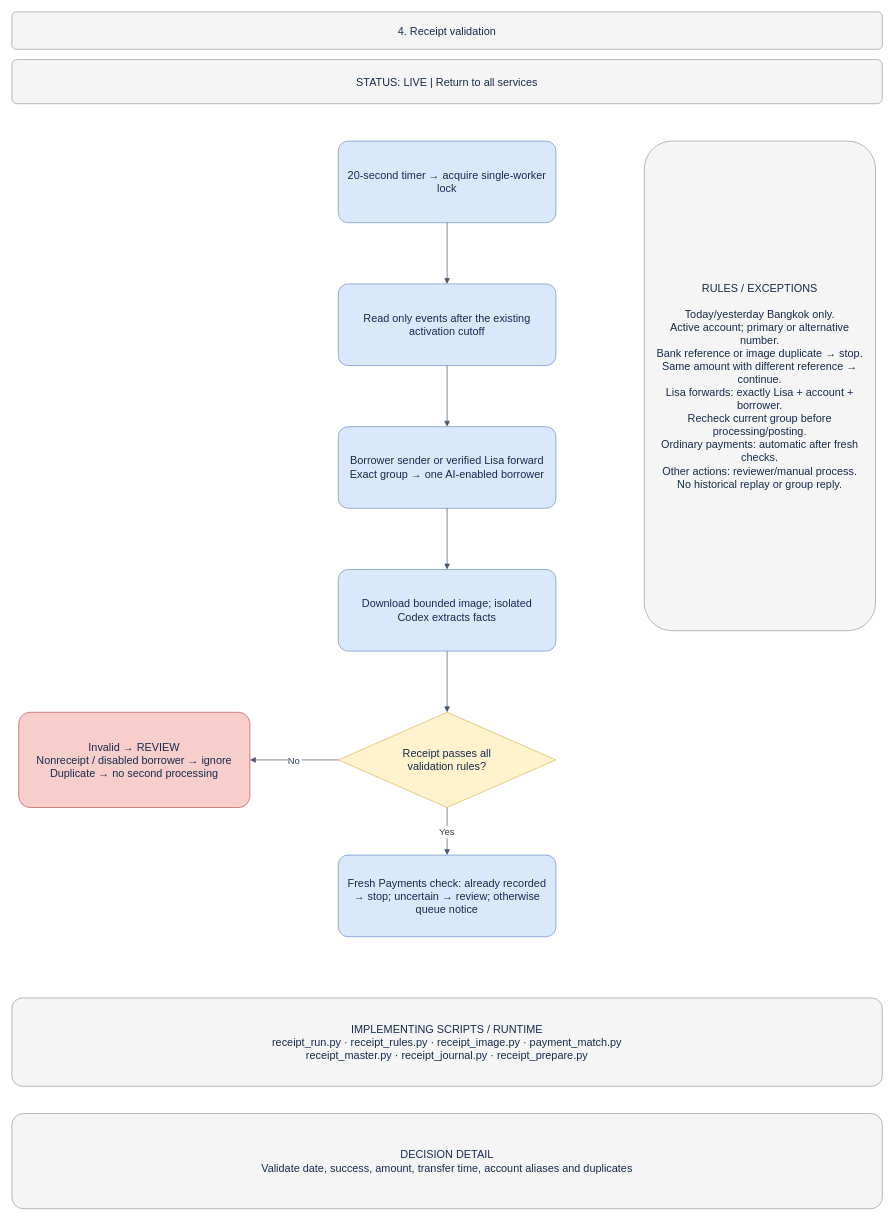
Above: page "04 · Receipt validation" (4 of 18) of docs/BUSINESS_PROCESS.drawio in welct0407/MW-Credit-App (draw.io), before the change. Source tidied: cells renumbered, new cells numbered last; positions are measured from the earlier drawing's top-left corner, leaving out a move shared by most shapes. Both pictures are drawn from the tidied source at 68%, with x=0, y=0 at pixel (12, 12).
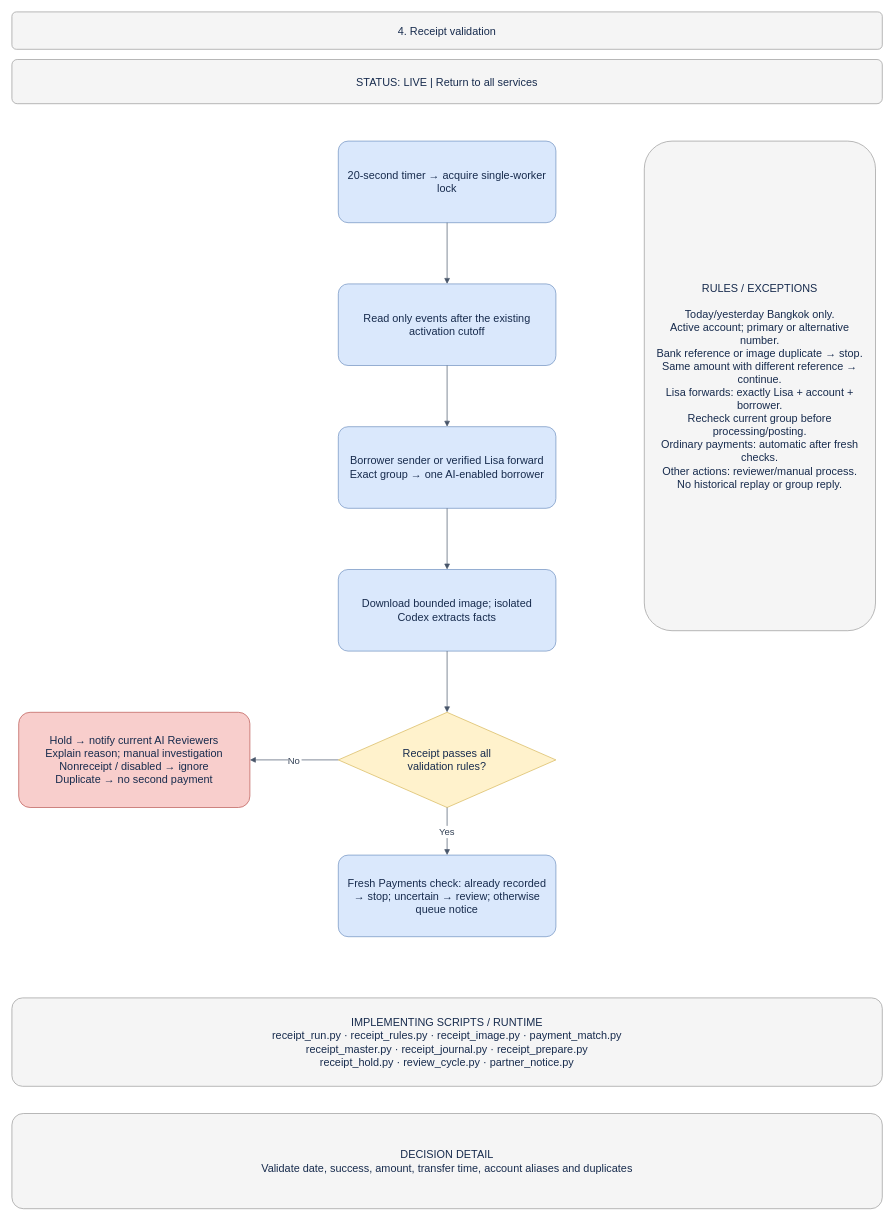
After the change.

Commit message (it also covers changes not shown here):
Notify AI reviewers when new receipts are held before proposal

What changed in the source:
```diff
@@
 <mxGraphModel>
   <root>
     <mxCell id="0" />
     <mxCell id="1" parent="0" />
     <mxCell id="2" value="4. Receipt validation" style="rounded=1;arcSize=12;whiteSpace=wrap;html=0;fillColor=#f5f5f5;strokeColor=#999999;fontColor=#172b4d;fontSize=16;align=center;verticalAlign=middle;spacing=12;" parent="1" vertex="1">
       <mxGeometry width="1280" height="55" as="geometry" />
     </mxCell>
     <mxCell id="3" value="STATUS: LIVE  |  Return to all services" style="rounded=1;arcSize=12;whiteSpace=wrap;html=0;fillColor=#f5f5f5;strokeColor=#999999;fontColor=#172b4d;fontSize=16;align=center;verticalAlign=middle;spacing=12;" parent="1" vertex="1">
       <mxGeometry y="70" width="1280" height="65" as="geometry" />
     </mxCell>
     <mxCell id="4" value="20-second timer → acquire single-worker lock" style="rounded=1;arcSize=12;whiteSpace=wrap;html=0;fillColor=#dae8fc;strokeColor=#6c8ebf;fontColor=#172b4d;fontSize=16;align=center;verticalAlign=middle;spacing=12;" parent="1" vertex="1">
       <mxGeometry x="480" y="190" width="320" height="120" as="geometry" />
     </mxCell>
     <mxCell id="5" value="Read only events after the existing activation cutoff" style="rounded=1;arcSize=12;whiteSpace=wrap;html=0;fillColor=#dae8fc;strokeColor=#6c8ebf;fontColor=#172b4d;fontSize=16;align=center;verticalAlign=middle;spacing=12;" parent="1" vertex="1">
       <mxGeometry x="480" y="400" width="320" height="120" as="geometry" />
     </mxCell>
     <mxCell id="6" style="edgeStyle=orthogonalEdgeStyle;rounded=0;jettySize=auto;html=0;endArrow=block;endFill=1;strokeColor=#475569;fontColor=#334155;fontSize=14;labelBackgroundColor=#ffffff;" parent="1" edge="1" source="4" target="5">
       <mxGeometry relative="1" as="geometry" />
     </mxCell>
     <mxCell id="7" value="Borrower sender or verified Lisa forward&#10;Exact group → one AI-enabled borrower" style="rounded=1;arcSize=12;whiteSpace=wrap;html=0;fillColor=#dae8fc;strokeColor=#6c8ebf;fontColor=#172b4d;fontSize=16;align=center;verticalAlign=middle;spacing=12;" parent="1" vertex="1">
       <mxGeometry x="480" y="610" width="320" height="120" as="geometry" />
     </mxCell>
     <mxCell id="8" style="edgeStyle=orthogonalEdgeStyle;rounded=0;jettySize=auto;html=0;endArrow=block;endFill=1;strokeColor=#475569;fontColor=#334155;fontSize=14;labelBackgroundColor=#ffffff;" parent="1" edge="1" source="5" target="7">
       <mxGeometry relative="1" as="geometry" />
     </mxCell>
     <mxCell id="9" value="Download bounded image; isolated Codex extracts facts" style="rounded=1;arcSize=12;whiteSpace=wrap;html=0;fillColor=#dae8fc;strokeColor=#6c8ebf;fontColor=#172b4d;fontSize=16;align=center;verticalAlign=middle;spacing=12;" parent="1" vertex="1">
       <mxGeometry x="480" y="820" width="320" height="120" as="geometry" />
     </mxCell>
     <mxCell id="10" style="edgeStyle=orthogonalEdgeStyle;rounded=0;jettySize=auto;html=0;endArrow=block;endFill=1;strokeColor=#475569;fontColor=#334155;fontSize=14;labelBackgroundColor=#ffffff;" parent="1" edge="1" source="7" target="9">
       <mxGeometry relative="1" as="geometry" />
     </mxCell>
     <mxCell id="11" value="Receipt passes all&#10;validation rules?" style="rhombus;whiteSpace=wrap;html=0;fillColor=#fff2cc;strokeColor=#d6b656;fontColor=#172b4d;fontSize=16;align=center;verticalAlign=middle;spacing=12;" parent="1" vertex="1">
       <mxGeometry x="480" y="1030" width="320" height="140" as="geometry" />
     </mxCell>
     <mxCell id="12" style="edgeStyle=orthogonalEdgeStyle;rounded=0;jettySize=auto;html=0;endArrow=block;endFill=1;strokeColor=#475569;fontColor=#334155;fontSize=14;labelBackgroundColor=#ffffff;" parent="1" edge="1" source="9" target="11">
       <mxGeometry relative="1" as="geometry" />
     </mxCell>
     <mxCell id="13" value="Fresh Payments check: already recorded → stop; uncertain → review; otherwise queue notice" style="rounded=1;arcSize=12;whiteSpace=wrap;html=0;fillColor=#dae8fc;strokeColor=#6c8ebf;fontColor=#172b4d;fontSize=16;align=center;verticalAlign=middle;spacing=12;" parent="1" vertex="1">
       <mxGeometry x="480" y="1240" width="320" height="120" as="geometry" />
     </mxCell>
     <mxCell id="14" value="Yes" style="edgeStyle=orthogonalEdgeStyle;rounded=0;jettySize=auto;html=0;endArrow=block;endFill=1;strokeColor=#475569;fontColor=#334155;fontSize=14;labelBackgroundColor=#ffffff;" parent="1" edge="1" source="11" target="13">
       <mxGeometry relative="1" as="geometry" />
     </mxCell>
-    <mxCell id="15" value="Invalid → REVIEW&#10;Nonreceipt / disabled borrower → ignore&#10;Duplicate → no second processing" style="rounded=1;arcSize=12;whiteSpace=wrap;html=0;fillColor=#f8cecc;strokeColor=#b85450;fontColor=#172b4d;fontSize=16;align=center;verticalAlign=middle;spacing=12;" parent="1" vertex="1">
+    <mxCell id="15" value="Hold → notify current AI Reviewers&#10;Explain reason; manual investigation&#10;Nonreceipt / disabled → ignore&#10;Duplicate → no second payment" style="rounded=1;arcSize=12;whiteSpace=wrap;html=0;fillColor=#f8cecc;strokeColor=#b85450;fontColor=#172b4d;fontSize=16;align=center;verticalAlign=middle;spacing=12;" parent="1" vertex="1">
       <mxGeometry x="10" y="1030" width="340" height="140" as="geometry" />
     </mxCell>
     <mxCell id="16" value="No" style="edgeStyle=orthogonalEdgeStyle;rounded=0;jettySize=auto;html=0;endArrow=block;endFill=1;strokeColor=#475569;fontColor=#334155;fontSize=14;labelBackgroundColor=#ffffff;" parent="1" edge="1" source="11" target="15">
       <mxGeometry relative="1" as="geometry" />
     </mxCell>
     <mxCell id="17" value="RULES / EXCEPTIONS&#10;&#10;Today/yesterday Bangkok only.&#10;Active account; primary or alternative number.&#10;Bank reference or image duplicate → stop.&#10;Same amount with different reference → continue.&#10;Lisa forwards: exactly Lisa + account + borrower.&#10;Recheck current group before processing/posting.&#10;Ordinary payments: automatic after fresh checks.&#10;Other actions: reviewer/manual process.&#10;No historical replay or group reply." style="rounded=1;arcSize=12;whiteSpace=wrap;html=0;fillColor=#f5f5f5;strokeColor=#999999;fontColor=#172b4d;fontSize=16;align=center;verticalAlign=middle;spacing=12;" parent="1" vertex="1">
       <mxGeometry x="930" y="190" width="340" height="720" as="geometry" />
     </mxCell>
-    <mxCell id="18" value="IMPLEMENTING SCRIPTS / RUNTIME&#10;receipt_run.py · receipt_rules.py · receipt_image.py · payment_match.py&#10;receipt_master.py · receipt_journal.py · receipt_prepare.py" style="rounded=1;arcSize=12;whiteSpace=wrap;html=0;fillColor=#f5f5f5;strokeColor=#999999;fontColor=#172b4d;fontSize=16;align=center;verticalAlign=middle;spacing=12;" parent="1" vertex="1">
+    <mxCell id="18" value="IMPLEMENTING SCRIPTS / RUNTIME&#10;receipt_run.py · receipt_rules.py · receipt_image.py · payment_match.py&#10;receipt_master.py · receipt_journal.py · receipt_prepare.py&#10;receipt_hold.py · review_cycle.py · partner_notice.py" style="rounded=1;arcSize=12;whiteSpace=wrap;html=0;fillColor=#f5f5f5;strokeColor=#999999;fontColor=#172b4d;fontSize=16;align=center;verticalAlign=middle;spacing=12;" parent="1" vertex="1">
       <mxGeometry y="1450" width="1280" height="130" as="geometry" />
     </mxCell>
     <mxCell id="19" value="DECISION DETAIL&#10;Validate date, success, amount, transfer time, account aliases and duplicates" style="rounded=1;arcSize=12;whiteSpace=wrap;html=0;fillColor=#f5f5f5;strokeColor=#999999;fontColor=#172b4d;fontSize=16;align=center;verticalAlign=middle;spacing=12;" parent="1" vertex="1">
       <mxGeometry y="1620" width="1280" height="140" as="geometry" />
     </mxCell>
   </root>
 </mxGraphModel>
```
